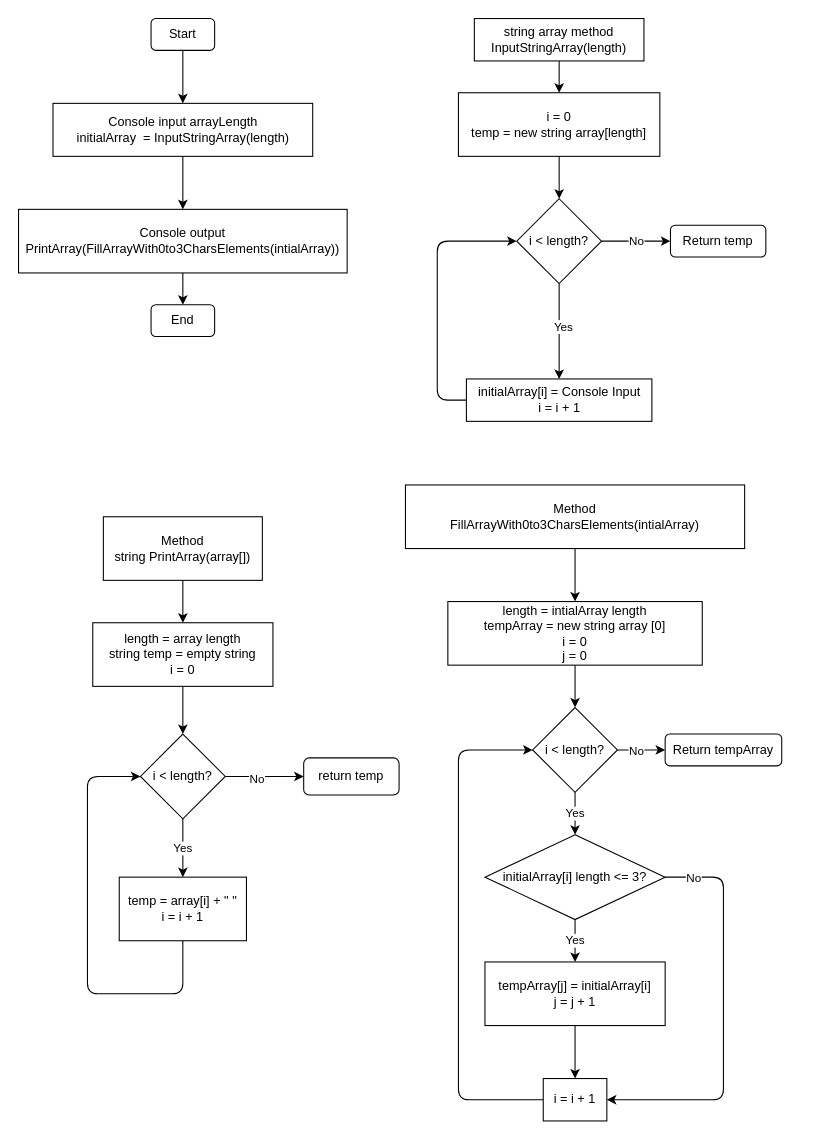
MaksimDorokhin/GBBlock1TestWork keeps this draw.io diagram as BlockDiagram.drawio. Above is the earlier version. Source tidied: cells renumbered, new cells numbered last; positions are measured from the earlier drawing's top-left corner, leaving out a move shared by most shapes. Both pictures are drawn from the tidied source at 106%, with x=0, y=0 at pixel (18, 18).
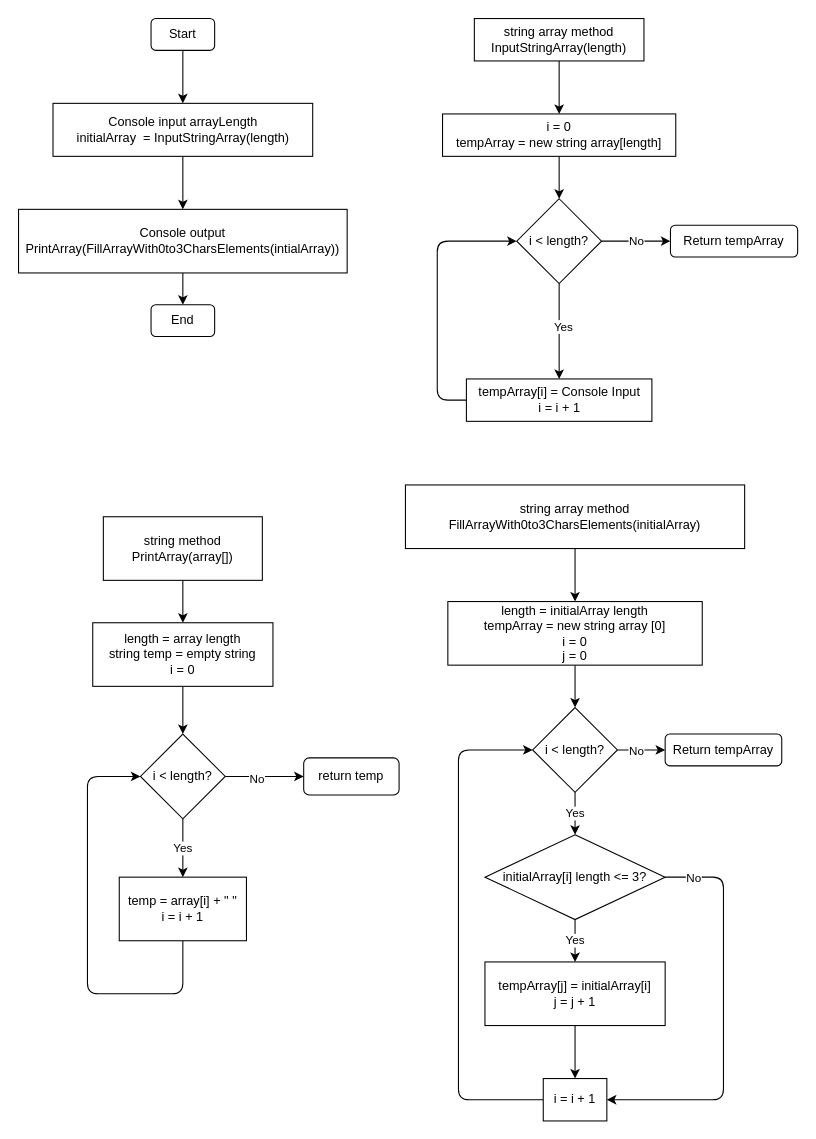
The same page after the edit.

Commit message (it also covers changes not shown here):
Added method FillArrayWith0to3CharsElements + modified Block Diagram

What changed in the source:
```diff
@@
-    <mxCell id="12" value="i = 0&lt;br&gt;temp = new string array[length]" style="rounded=0;whiteSpace=wrap;html=1;" parent="1" vertex="1">
-      <mxGeometry x="415" y="70" width="190" height="60" as="geometry" />
+    <mxCell id="12" value="i = 0&lt;br&gt;tempArray = new string array[length]" style="rounded=0;whiteSpace=wrap;html=1;" parent="1" vertex="1">
+      <mxGeometry x="400" y="90" width="220" height="40" as="geometry" />
     </mxCell>
@@
-    <mxCell id="18" value="initialArray[i] = Console Input&lt;br&gt;i = i + 1" style="rounded=0;whiteSpace=wrap;html=1;" parent="1" vertex="1">
+    <mxCell id="18" value="tempArray[i] = Console Input&lt;br&gt;i = i + 1" style="rounded=0;whiteSpace=wrap;html=1;" parent="1" vertex="1">
       <mxGeometry x="422.5" y="340" width="175" height="40" as="geometry" />
     </mxCell>
-    <mxCell id="19" value="Return temp" style="rounded=1;whiteSpace=wrap;html=1;" parent="1" vertex="1">
-      <mxGeometry x="615" y="195" width="90" height="30" as="geometry" />
+    <mxCell id="19" value="Return tempArray" style="rounded=1;whiteSpace=wrap;html=1;" parent="1" vertex="1">
+      <mxGeometry x="615" y="195" width="120" height="30" as="geometry" />
     </mxCell>
@@
-    <mxCell id="21" value="Method&lt;br&gt;FillArrayWith0to3CharsElements(intialArray)" style="rounded=0;whiteSpace=wrap;html=1;" parent="1" vertex="1">
+    <mxCell id="21" value="string array method&lt;br&gt;FillArrayWith0to3CharsElements(initialArray)" style="rounded=0;whiteSpace=wrap;html=1;" parent="1" vertex="1">
       <mxGeometry x="365" y="440" width="320" height="60" as="geometry" />
     </mxCell>
@@
-    <mxCell id="23" value="length = intialArray length&lt;br&gt;tempArray = new string array [0]&lt;br&gt;i = 0&lt;br&gt;j = 0" style="rounded=0;whiteSpace=wrap;html=1;" parent="1" vertex="1">
+    <mxCell id="23" value="length = initialArray length&lt;br&gt;tempArray = new string array [0]&lt;br&gt;i = 0&lt;br&gt;j = 0" style="rounded=0;whiteSpace=wrap;html=1;" parent="1" vertex="1">
       <mxGeometry x="405" y="550" width="240" height="60" as="geometry" />
     </mxCell>
@@
-    <mxCell id="38" value="Method&lt;br&gt;string PrintArray(array[])" style="rounded=0;whiteSpace=wrap;html=1;" parent="1" vertex="1">
+    <mxCell id="38" value="string method&lt;br&gt;PrintArray(array[])" style="rounded=0;whiteSpace=wrap;html=1;" parent="1" vertex="1">
       <mxGeometry x="80" y="470" width="150" height="60" as="geometry" />
     </mxCell>
```
